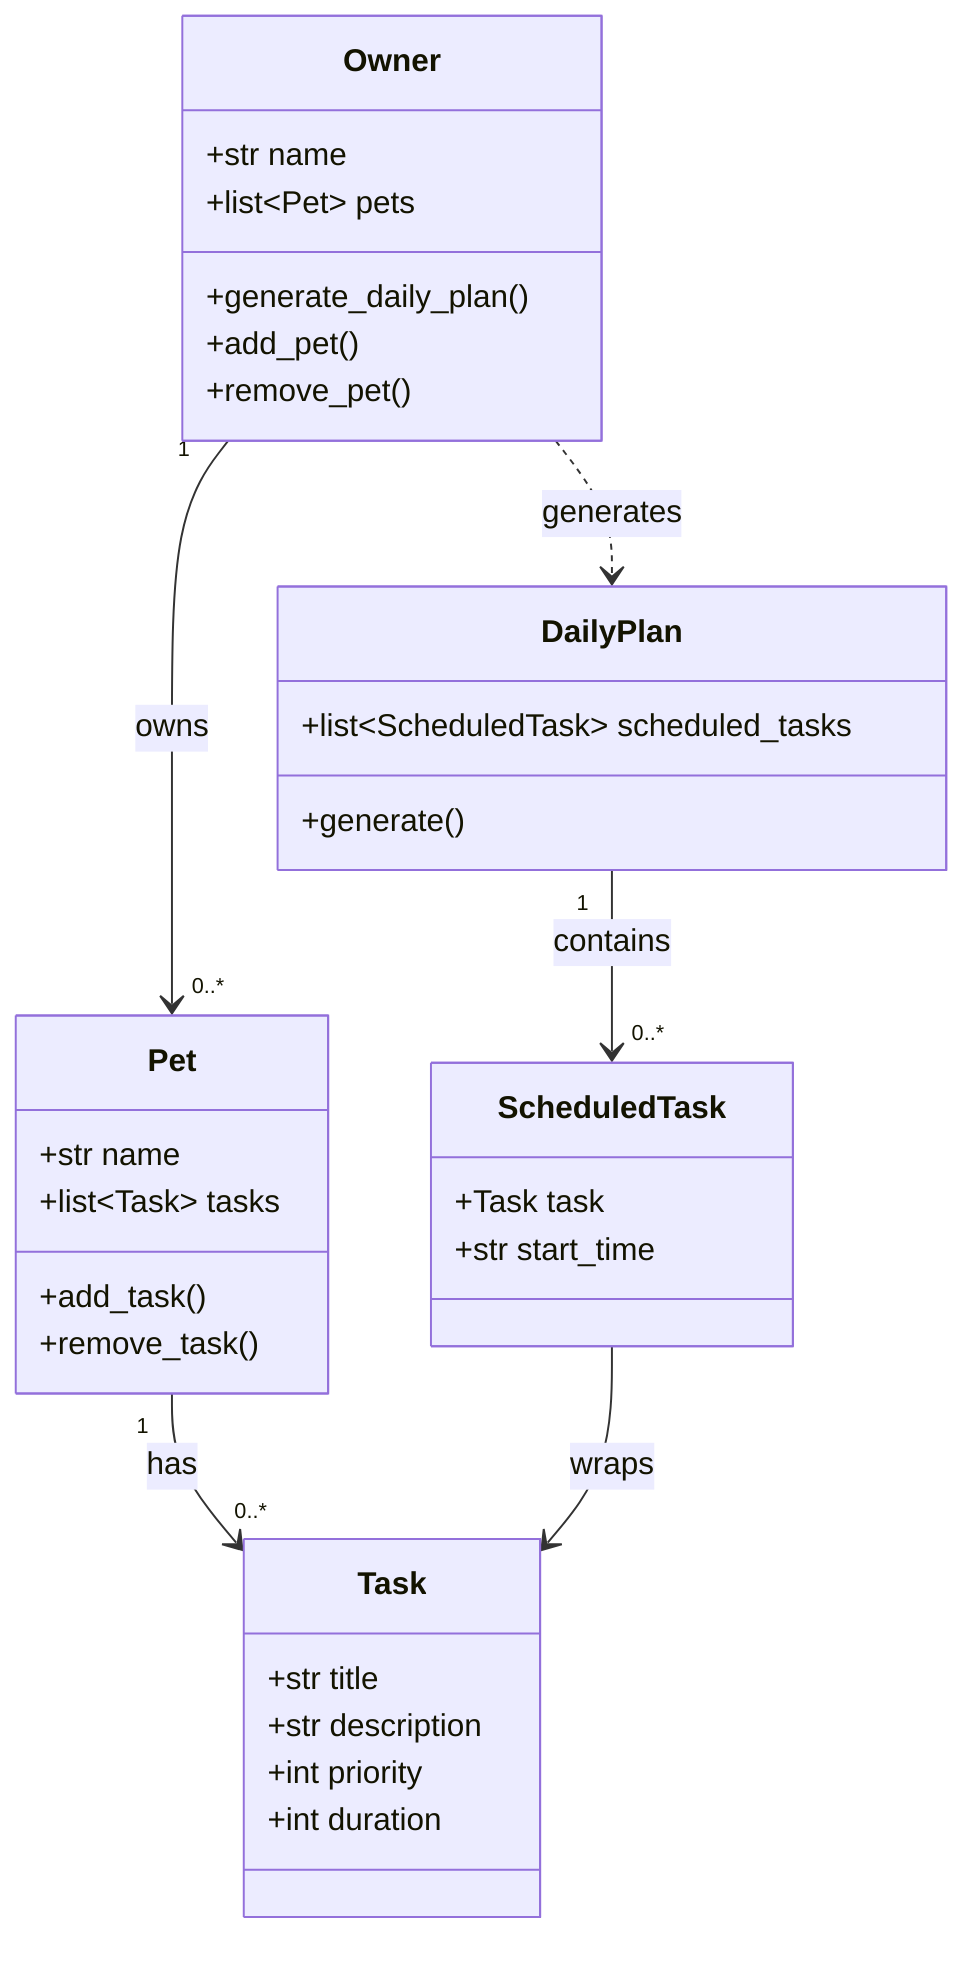
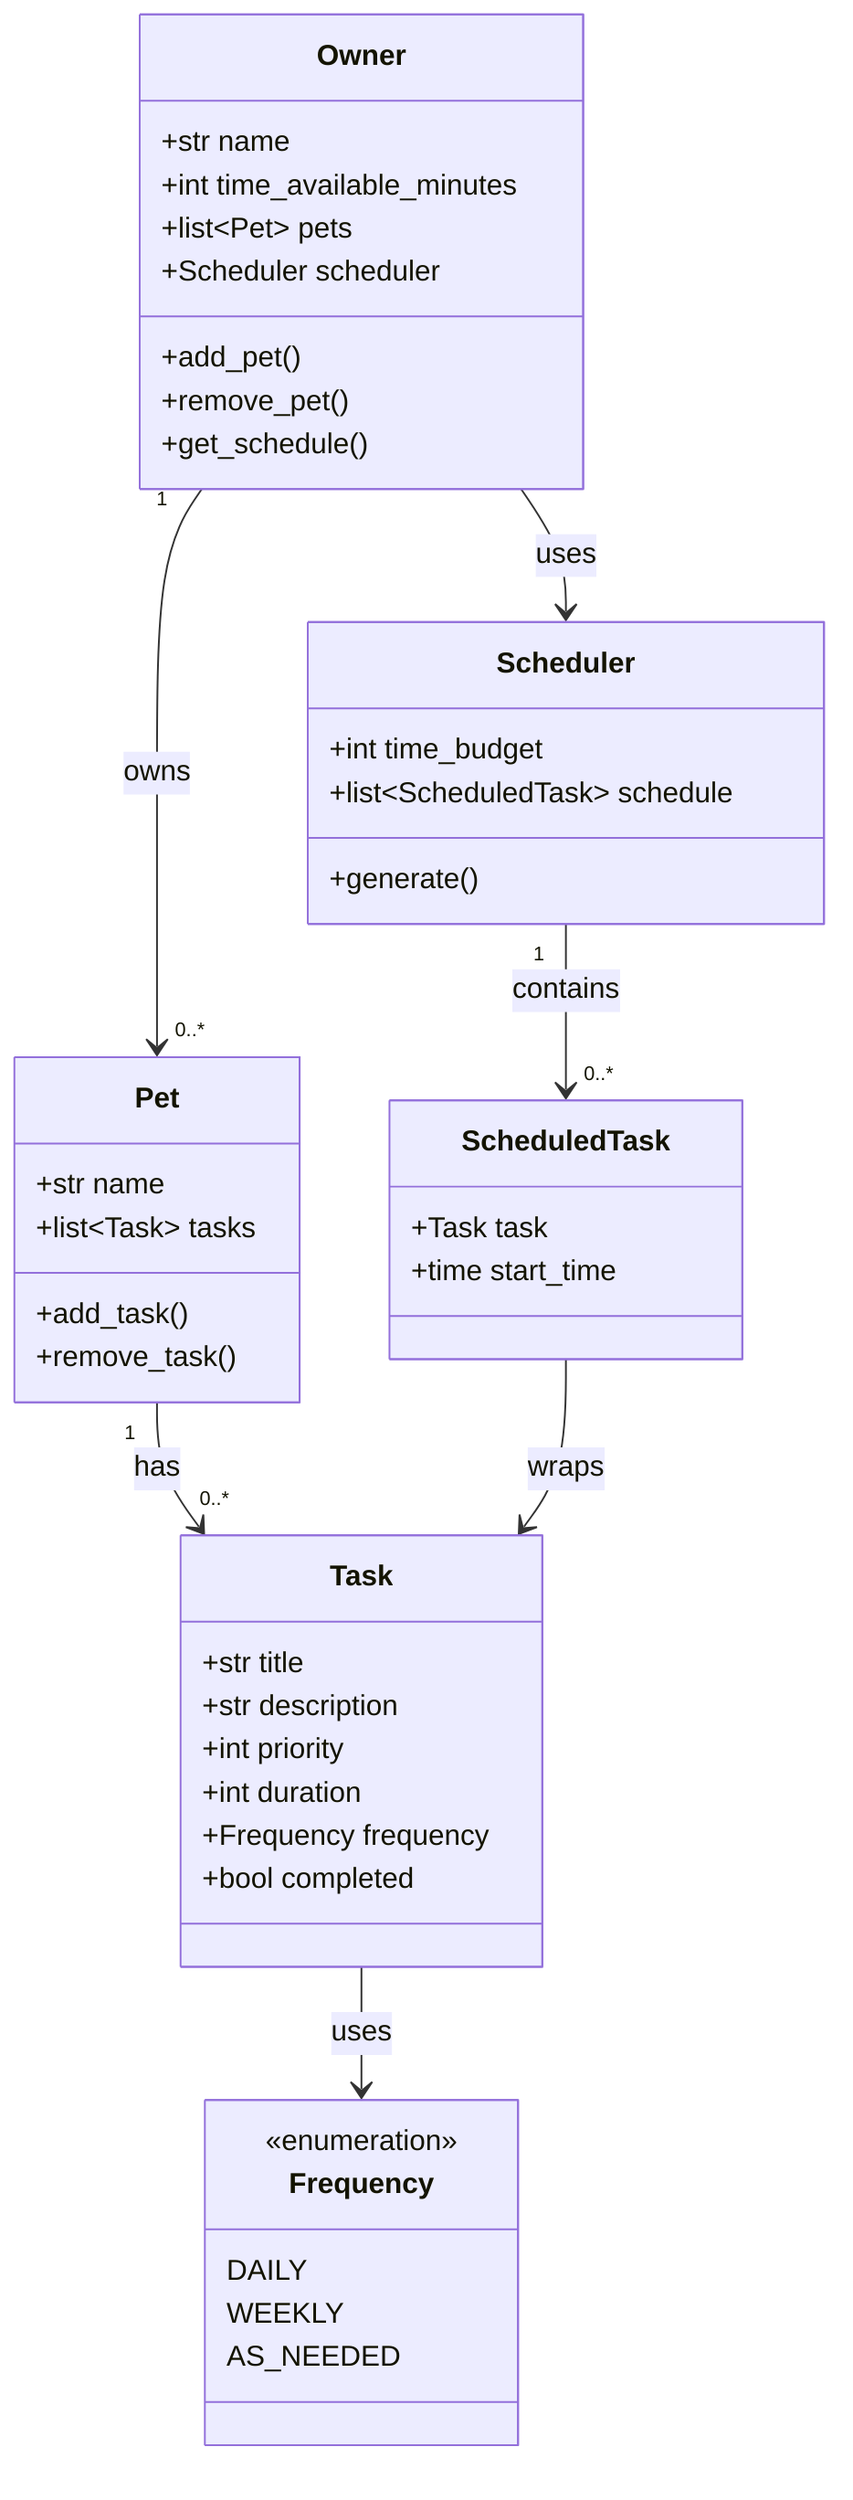
classDiagram
    class Owner {
        +str name
+         +int time_available_minutes
        +list~Pet~ pets
-         +generate_daily_plan()
+         +Scheduler scheduler
        +add_pet()
        +remove_pet()
+         +get_schedule()
    }

    class Pet {
        +str name
        +list~Task~ tasks
        +add_task()
        +remove_task()
    }

    class Task {
        +str title
        +str description
        +int priority
        +int duration
+         +Frequency frequency
+         +bool completed
+     }
+ 
+     class Frequency {
+         <<enumeration>>
+         DAILY
+         WEEKLY
+         AS_NEEDED
    }

    class ScheduledTask {
        +Task task
-         +str start_time
+         +time start_time
    }

-     class DailyPlan {
-         +list~ScheduledTask~ scheduled_tasks
+     class Scheduler {
+         +int time_budget
+         +list~ScheduledTask~ schedule
        +generate()
    }

    Owner "1" --> "0..*" Pet : owns
    Pet "1" --> "0..*" Task : has
-     Owner ..> DailyPlan : generates
-     DailyPlan "1" --> "0..*" ScheduledTask : contains
+     Owner --> Scheduler : uses
+     Scheduler "1" --> "0..*" ScheduledTask : contains
    ScheduledTask --> Task : wraps
+     Task --> Frequency : uses
